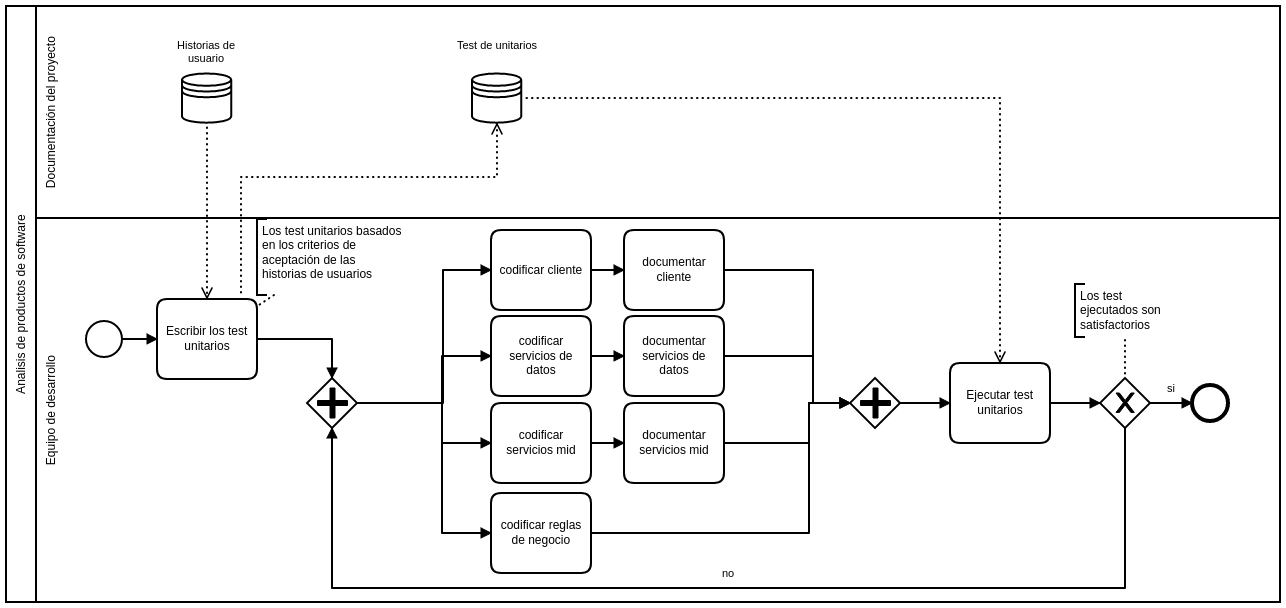
Before: procedimientos/imagenes/codificacion.png, a diagram exported from BPMN (udistrital/arquitectura_docs). Its source is kept beside it as procedimientos/imagenes/codificacion.bpmn. Ids are renumbered.
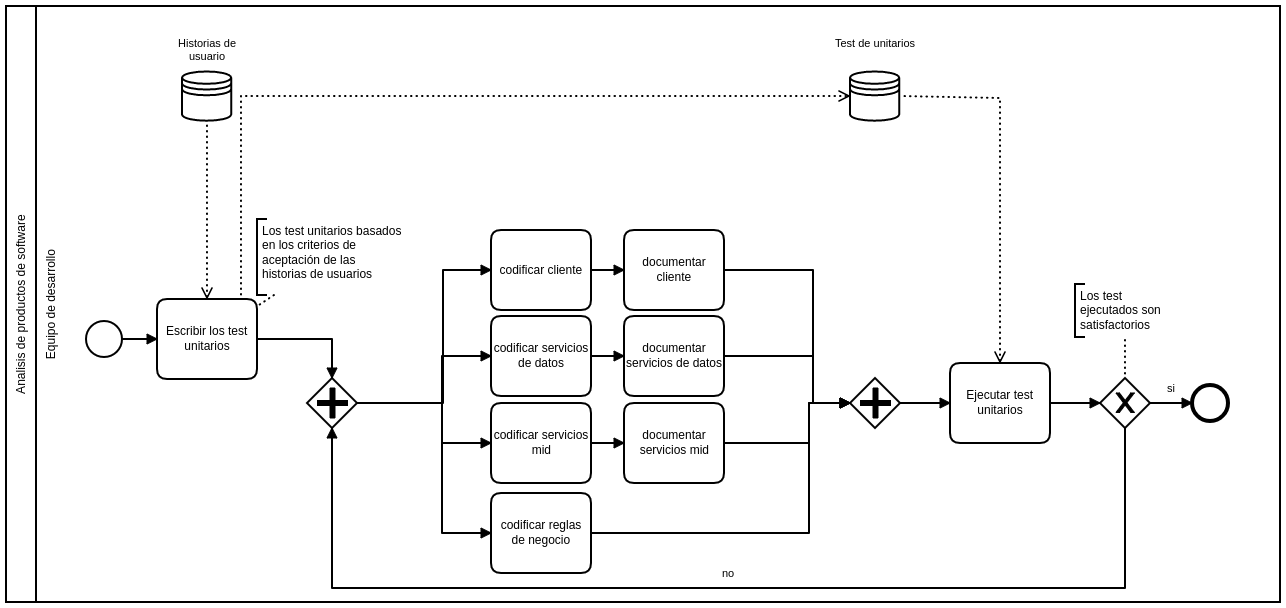
Above is the later version.

Commit message:
actualizaciòn de la documentación de los procesos

What changed in the source:
```diff
@@ -1,4 +1,4 @@
-<bpmn:definitions xmlns:bpmn="http://www.omg.org/spec/BPMN/20100524/MODEL" xmlns:bpmndi="http://www.omg.org/spec/BPMN/20100524/DI" xmlns:di="http://www.omg.org/spec/DD/20100524/DI" xmlns:dc="http://www.omg.org/spec/DD/20100524/DC" xmlns:camunda="http://camunda.org/schema/1.0/bpmn" id="Definitions_n1" targetNamespace="http://bpmn.io/schema/bpmn" exporter="Camunda Modeler" exporterVersion="1.15.1">
+<bpmn:definitions xmlns:bpmn="http://www.omg.org/spec/BPMN/20100524/MODEL" xmlns:bpmndi="http://www.omg.org/spec/BPMN/20100524/DI" xmlns:di="http://www.omg.org/spec/DD/20100524/DI" xmlns:dc="http://www.omg.org/spec/DD/20100524/DC" xmlns:camunda="http://camunda.org/schema/1.0/bpmn" id="Definitions_n1" targetNamespace="http://bpmn.io/schema/bpmn" exporter="Camunda Modeler" exporterVersion="1.16.2">
   <bpmn:collaboration id="Collaboration_n2">
     <bpmn:participant id="Participant_n3" name="Analisis de productos de software" processRef="Process_n4" />
   </bpmn:collaboration>
@@ -20,11 +20,9 @@
         <bpmn:flowNodeRef>EndEvent_n18</bpmn:flowNodeRef>
         <bpmn:flowNodeRef>ExclusiveGateway_n19</bpmn:flowNodeRef>
       </bpmn:lane>
-      <bpmn:lane id="Lane_n20" name="Documentación del proyecto" />
     </bpmn:laneSet>
     <bpmn:sequenceFlow id="SequenceFlow_n21" sourceRef="ExclusiveGateway_n13" targetRef="Task_n17" />
     <bpmn:sequenceFlow id="SequenceFlow_n22" sourceRef="StartEvent_n6" targetRef="Task_n7" />
-    <bpmn:dataStoreReference id="DataStoreReference_n23" name="Test de unitarios" />
     <bpmn:startEvent id="StartEvent_n6">
       <bpmn:outgoing>SequenceFlow_n22</bpmn:outgoing>
     </bpmn:startEvent>
@@ -40,7 +38,6 @@
         <bpmn:targetRef>DataStoreReference_n23</bpmn:targetRef>
       </bpmn:dataOutputAssociation>
     </bpmn:task>
-    <bpmn:dataStoreReference id="DataStoreReference_n27" name="Historias de usuario" />
     <bpmn:sequenceFlow id="SequenceFlow_n24" sourceRef="Task_n7" targetRef="ExclusiveGateway_n12" />
     <bpmn:task id="Task_n8" name="codificar cliente">
       <bpmn:incoming>SequenceFlow_n29</bpmn:incoming>
@@ -152,6 +149,8 @@
     <bpmn:sequenceFlow id="SequenceFlow_n41" sourceRef="Task_n17" targetRef="ExclusiveGateway_n19" />
     <bpmn:sequenceFlow id="SequenceFlow_n44" name="si" sourceRef="ExclusiveGateway_n19" targetRef="EndEvent_n18" />
     <bpmn:sequenceFlow id="SequenceFlow_n37" name="no" sourceRef="ExclusiveGateway_n19" targetRef="ExclusiveGateway_n12" />
+    <bpmn:dataStoreReference id="DataStoreReference_n27" name="Historias de usuario" />
+    <bpmn:dataStoreReference id="DataStoreReference_n23" name="Test de unitarios" />
     <bpmn:textAnnotation id="TextAnnotation_n45">
       <bpmn:text>Los test unitarios basados en los criterios de aceptación de las historias de usuarios</bpmn:text>
     </bpmn:textAnnotation>
@@ -170,15 +169,15 @@
         <dc:Bounds x="415" y="-422" width="100" height="80" />
       </bpmndi:BPMNShape>
       <bpmndi:BPMNShape id="DataStoreReference_n27_di" bpmnElement="DataStoreReference_n27">
-        <dc:Bounds x="440" y="-648" width="50" height="50" />
+        <dc:Bounds x="440" y="-650" width="50" height="50" />
         <bpmndi:BPMNLabel>
-          <dc:Bounds x="435" y="-682" width="59" height="24" />
+          <dc:Bounds x="436" y="-684" width="58" height="27" />
         </bpmndi:BPMNLabel>
       </bpmndi:BPMNShape>
       <bpmndi:BPMNShape id="DataStoreReference_n23_di" bpmnElement="DataStoreReference_n23">
-        <dc:Bounds x="730" y="-648" width="50" height="50" />
+        <dc:Bounds x="1108" y="-650" width="50" height="50" />
         <bpmndi:BPMNLabel>
-          <dc:Bounds x="715" y="-682" width="81" height="14" />
+          <dc:Bounds x="1093" y="-684" width="81" height="14" />
         </bpmndi:BPMNLabel>
       </bpmndi:BPMNShape>
       <bpmndi:BPMNShape id="Task_n8_di" bpmnElement="Task_n8">
@@ -188,7 +187,7 @@
         <dc:Bounds x="749" y="-405" width="100" height="80" />
       </bpmndi:BPMNShape>
       <bpmndi:BPMNShape id="Lane_n5_di" bpmnElement="Lane_n5">
-        <dc:Bounds x="294" y="-503" width="1244" height="384" />
+        <dc:Bounds x="294" y="-715" width="1244" height="596" />
       </bpmndi:BPMNShape>
       <bpmndi:BPMNShape id="Task_n17_di" bpmnElement="Task_n17">
         <dc:Bounds x="1208" y="-358" width="100" height="80" />
@@ -205,9 +204,6 @@
         <bpmndi:BPMNLabel>
           <dc:Bounds x="1423" y="-296" width="90" height="12" />
         </bpmndi:BPMNLabel>
-      </bpmndi:BPMNShape>
-      <bpmndi:BPMNShape id="Lane_n20_di" bpmnElement="Lane_n20">
-        <dc:Bounds x="294" y="-715" width="1244" height="212" />
       </bpmndi:BPMNShape>
       <bpmndi:BPMNShape id="StartEvent_n6_di" bpmnElement="StartEvent_n6">
         <dc:Bounds x="344" y="-400" width="36" height="36" />
@@ -235,7 +231,7 @@
         </bpmndi:BPMNLabel>
       </bpmndi:BPMNShape>
       <bpmndi:BPMNEdge id="DataInputAssociation_n26_di" bpmnElement="DataInputAssociation_n26">
-        <di:waypoint x="465" y="-598" />
+        <di:waypoint x="465" y="-600" />
         <di:waypoint x="465" y="-422" />
       </bpmndi:BPMNEdge>
       <bpmndi:BPMNEdge id="SequenceFlow_n24_di" bpmnElement="SequenceFlow_n24">
@@ -362,13 +358,12 @@
         </bpmndi:BPMNLabel>
       </bpmndi:BPMNEdge>
       <bpmndi:BPMNEdge id="DataOutputAssociation_n28_di" bpmnElement="DataOutputAssociation_n28">
-        <di:waypoint x="499" y="-424" />
-        <di:waypoint x="499" y="-544" />
-        <di:waypoint x="755" y="-544" />
-        <di:waypoint x="755" y="-598" />
+        <di:waypoint x="499" y="-422" />
+        <di:waypoint x="499" y="-625" />
+        <di:waypoint x="1108" y="-625" />
       </bpmndi:BPMNEdge>
       <bpmndi:BPMNEdge id="DataInputAssociation_n43_di" bpmnElement="DataInputAssociation_n43">
-        <di:waypoint x="780" y="-623" />
+        <di:waypoint x="1158" y="-625" />
         <di:waypoint x="1258" y="-623" />
         <di:waypoint x="1258" y="-358" />
       </bpmndi:BPMNEdge>
```
